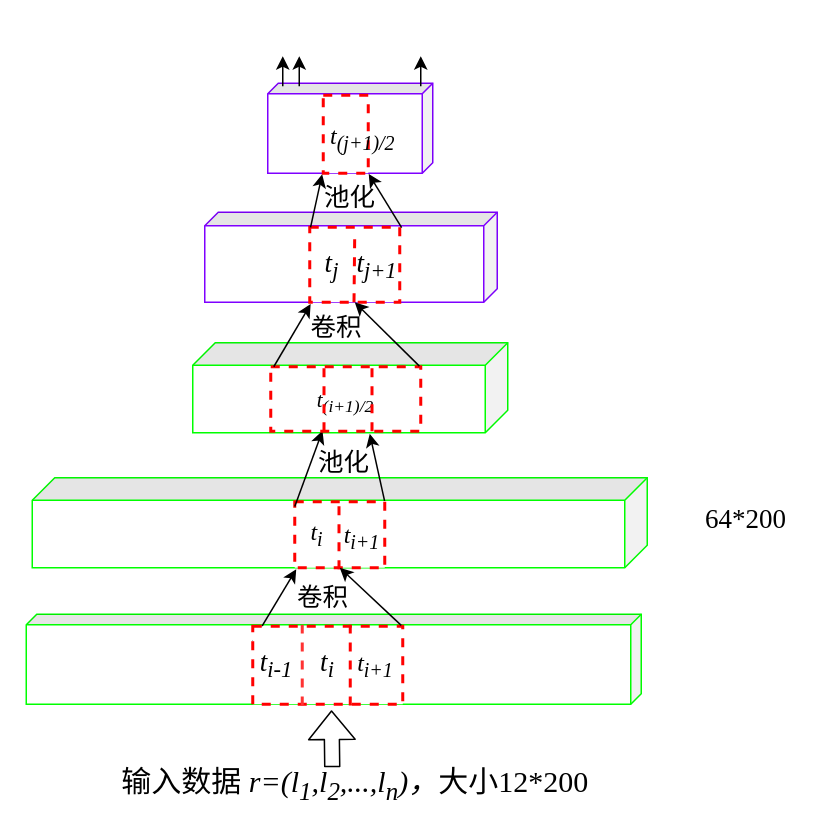
ByronGe/ff keeps this draw.io diagram as 一维卷积.drawio. Above is the earlier version. Source tidied: cells renumbered, new cells numbered last; positions are measured from the earlier drawing's top-left corner, leaving out a move shared by most shapes. Both pictures are drawn from the tidied source at 150%, with x=0, y=0 at pixel (26, 56).
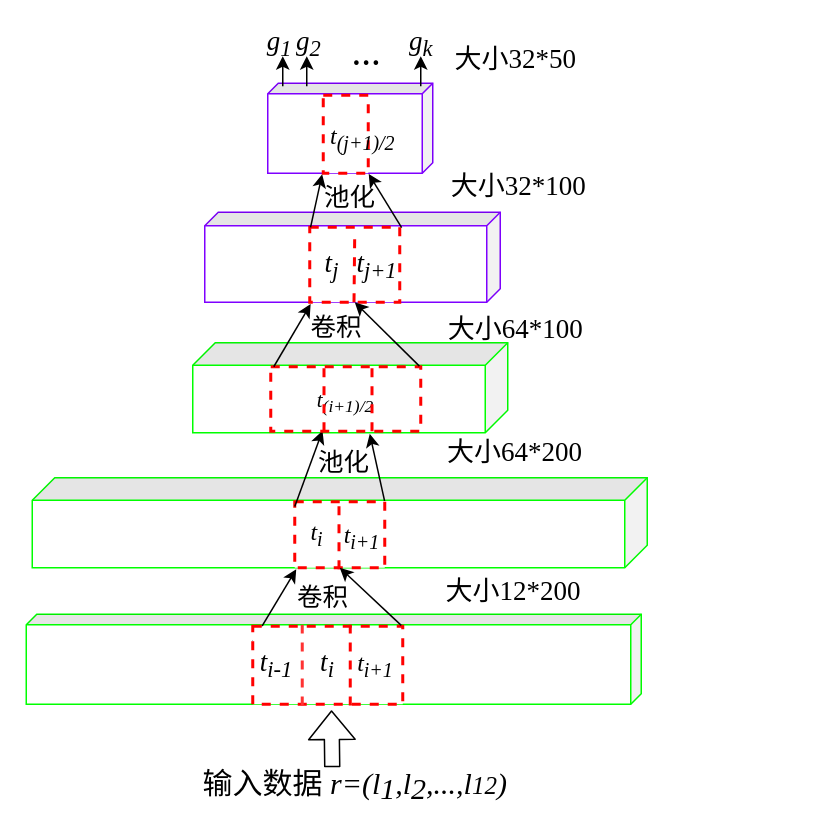
Above is the later version.

What changed in the source:
```diff
@@
-    <mxCell id="14" value="&lt;font style=&quot;font-size: 20px&quot;&gt;&lt;font style=&quot;font-size: 20px&quot;&gt;输入数据&lt;i&gt; r=(l&lt;sub&gt;1&lt;/sub&gt;,l&lt;sub&gt;2&lt;/sub&gt;,...,l&lt;sub&gt;n&lt;/sub&gt;&lt;/i&gt;&lt;/font&gt;&lt;i&gt;)，&lt;/i&gt;大小12*200&lt;/font&gt;" style="text;html=1;strokeColor=none;fillColor=none;align=center;verticalAlign=middle;whiteSpace=wrap;rounded=0;dashed=1;fontFamily=Times New Roman;" parent="1" vertex="1">
+    <mxCell id="14" value="&lt;font&gt;&lt;font&gt;&lt;span style=&quot;font-size: 20px&quot;&gt;输入数据&lt;/span&gt;&lt;i&gt;&lt;span style=&quot;font-size: 20px&quot;&gt; r=(l&lt;/span&gt;&lt;sub style=&quot;font-size: 20px&quot;&gt;1&lt;/sub&gt;&lt;span style=&quot;font-size: 20px&quot;&gt;,l&lt;/span&gt;&lt;sub style=&quot;font-size: 20px&quot;&gt;2&lt;/sub&gt;&lt;span style=&quot;font-size: 20px&quot;&gt;,...,l&lt;/span&gt;&lt;span style=&quot;font-size: 16.6667px&quot;&gt;12&lt;/span&gt;&lt;/i&gt;&lt;/font&gt;&lt;i style=&quot;font-size: 20px&quot;&gt;)&lt;/i&gt;&lt;/font&gt;" style="text;html=1;strokeColor=none;fillColor=none;align=center;verticalAlign=middle;whiteSpace=wrap;rounded=0;dashed=1;fontFamily=Times New Roman;" parent="1" vertex="1">
       <mxGeometry x="49.5" y="470" width="339" height="31" as="geometry" />
     </mxCell>
@@
     <mxCell id="21" style="shape=cube;whiteSpace=wrap;html=1;boundedLbl=1;backgroundOutline=1;darkOpacity=0.05;darkOpacity2=0.1;direction=south;size=9;fontFamily=Times New Roman;strokeColor=#7F00FF;" parent="1" vertex="1">
-      <mxGeometry x="119" y="104" width="195" height="60" as="geometry" />
+      <mxGeometry x="119" y="104" width="197" height="60" as="geometry" />
     </mxCell>
@@
-    <mxCell id="35" value="64*200" style="text;html=1;strokeColor=none;fillColor=none;align=center;verticalAlign=middle;whiteSpace=wrap;rounded=0;shadow=0;glass=0;comic=0;labelBackgroundColor=none;fontFamily=Times New Roman;fontSize=18;" parent="1" vertex="1">
-      <mxGeometry x="440" y="291.5" width="80" height="35" as="geometry" />
+    <mxCell id="35" value="大小64*200" style="text;html=1;strokeColor=none;fillColor=none;align=center;verticalAlign=middle;whiteSpace=wrap;rounded=0;shadow=0;glass=0;comic=0;labelBackgroundColor=none;fontFamily=Times New Roman;fontSize=18;" parent="1" vertex="1">
+      <mxGeometry x="279.5" y="246.5" width="92" height="35" as="geometry" />
     </mxCell>
@@
     <mxCell id="41" style="endArrow=classic;html=1;strokeColor=#000000;strokeWidth=1;fillColor=#ffffff;fontFamily=Times New Roman;fontSize=18;" parent="1" edge="1">
       <mxGeometry relative="1" as="geometry">
-        <mxPoint x="182" y="20" as="sourcePoint" />
-        <mxPoint x="182" as="targetPoint" />
+        <mxPoint x="187" y="20" as="sourcePoint" />
+        <mxPoint x="187" as="targetPoint" />
       </mxGeometry>
     </mxCell>
@@
+    <mxCell id="43" value="&lt;i&gt;g&lt;sub&gt;1&lt;/sub&gt;&lt;/i&gt;" style="text;html=1;strokeColor=none;fillColor=none;align=center;verticalAlign=middle;whiteSpace=wrap;rounded=0;shadow=0;glass=0;comic=0;labelBackgroundColor=none;fontFamily=Times New Roman;fontSize=18;" parent="1" vertex="1">
+      <mxGeometry x="154" y="-18" width="30" height="20" as="geometry" />
+    </mxCell>
+    <mxCell id="44" value="&lt;i&gt;g&lt;sub&gt;2&lt;br&gt;&lt;/sub&gt;&lt;/i&gt;" style="text;html=1;strokeColor=none;fillColor=none;align=center;verticalAlign=middle;whiteSpace=wrap;rounded=0;shadow=0;glass=0;comic=0;labelBackgroundColor=none;fontFamily=Times New Roman;fontSize=18;" parent="1" vertex="1">
+      <mxGeometry x="179" y="-18" width="19" height="20" as="geometry" />
+    </mxCell>
+    <mxCell id="45" value="&lt;i&gt;g&lt;sub&gt;k&lt;br&gt;&lt;/sub&gt;&lt;/i&gt;" style="text;html=1;strokeColor=none;fillColor=none;align=center;verticalAlign=middle;whiteSpace=wrap;rounded=0;shadow=0;glass=0;comic=0;labelBackgroundColor=none;fontFamily=Times New Roman;fontSize=18;" parent="1" vertex="1">
+      <mxGeometry x="254.5" y="-18" width="17" height="20" as="geometry" />
+    </mxCell>
+    <mxCell id="46" value="&lt;font style=&quot;font-size: 26px&quot;&gt;...&lt;/font&gt;" style="text;html=1;strokeColor=none;fillColor=none;align=center;verticalAlign=middle;whiteSpace=wrap;rounded=0;shadow=0;glass=0;comic=0;labelBackgroundColor=none;fontFamily=Times New Roman;fontSize=18;" parent="1" vertex="1">
+      <mxGeometry x="211.5" y="-11" width="30" height="15" as="geometry" />
+    </mxCell>
+    <mxCell id="47" value="大小12*200" style="text;html=1;fontSize=18;fontFamily=Times New Roman;" parent="1" vertex="1">
+      <mxGeometry x="278" y="340" width="101" height="40" as="geometry" />
+    </mxCell>
+    <mxCell id="48" value="大小64*100" style="text;html=1;strokeColor=none;fillColor=none;align=center;verticalAlign=middle;whiteSpace=wrap;rounded=0;shadow=0;glass=0;comic=0;labelBackgroundColor=none;fontFamily=Times New Roman;fontSize=18;" parent="1" vertex="1">
+      <mxGeometry x="278" y="164" width="97" height="35" as="geometry" />
+    </mxCell>
+    <mxCell id="49" value="大小32*100" style="text;html=1;strokeColor=none;fillColor=none;align=center;verticalAlign=middle;whiteSpace=wrap;rounded=0;shadow=0;glass=0;comic=0;labelBackgroundColor=none;fontFamily=Times New Roman;fontSize=18;" parent="1" vertex="1">
+      <mxGeometry x="279.5" y="69" width="97" height="35" as="geometry" />
+    </mxCell>
+    <mxCell id="50" value="大小32*50" style="text;html=1;strokeColor=none;fillColor=none;align=center;verticalAlign=middle;whiteSpace=wrap;rounded=0;shadow=0;glass=0;comic=0;labelBackgroundColor=none;fontFamily=Times New Roman;fontSize=18;" parent="1" vertex="1">
+      <mxGeometry x="277.5" y="-15.5" width="97" height="35" as="geometry" />
+    </mxCell>
```
